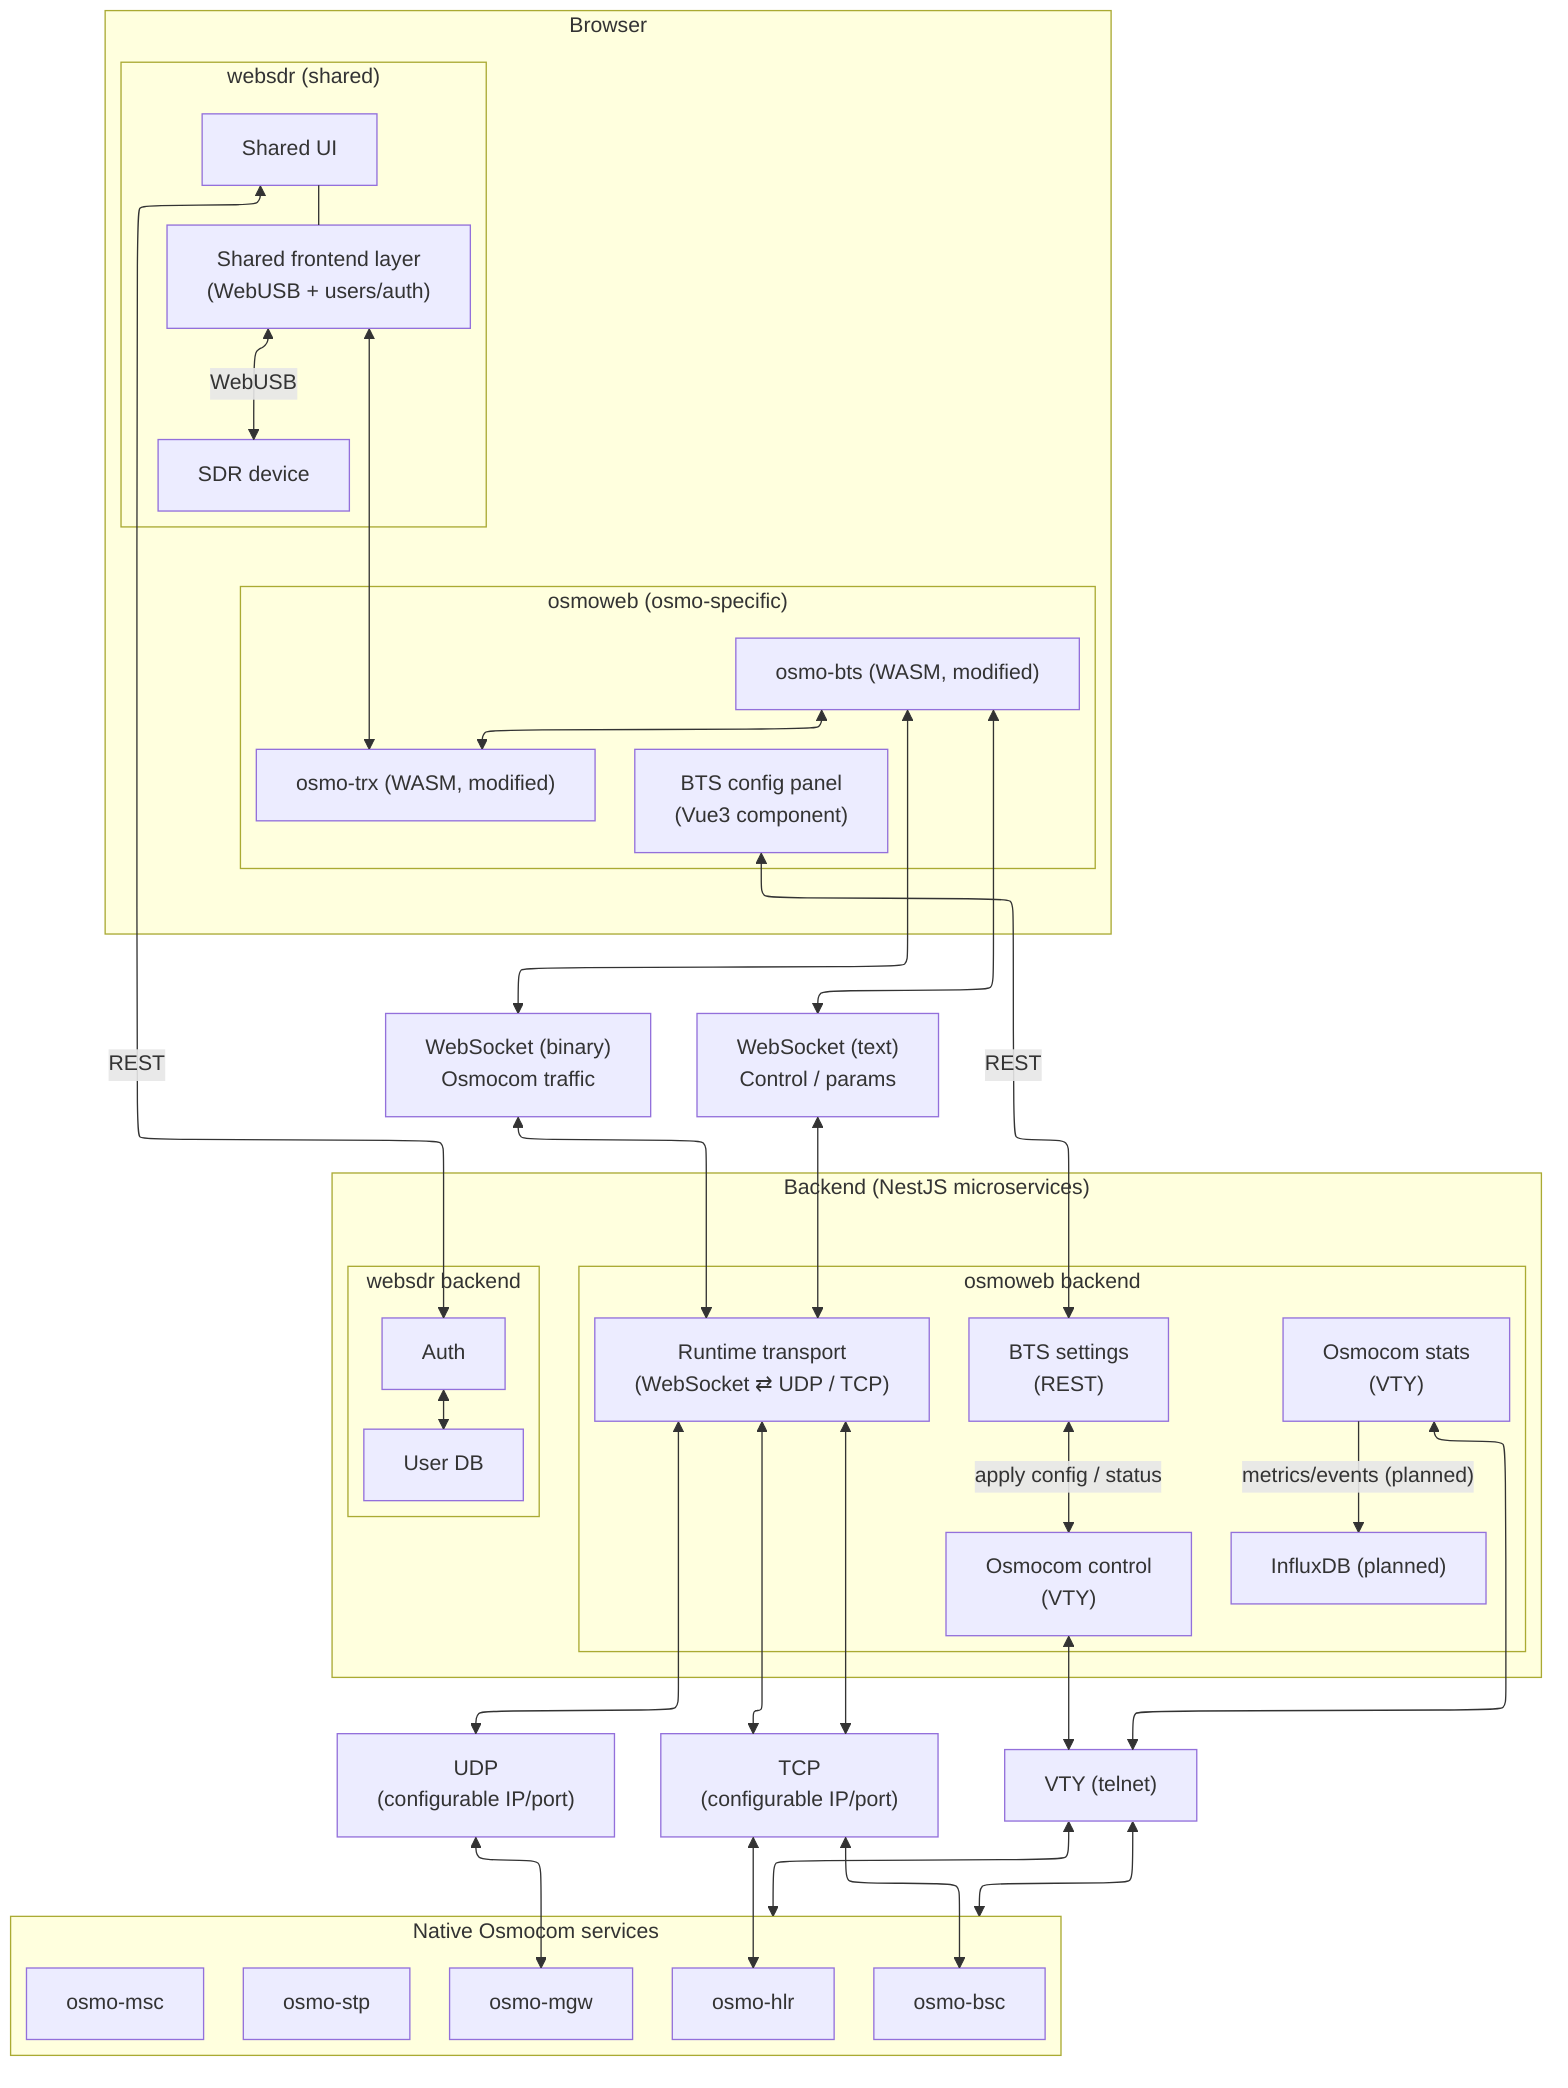
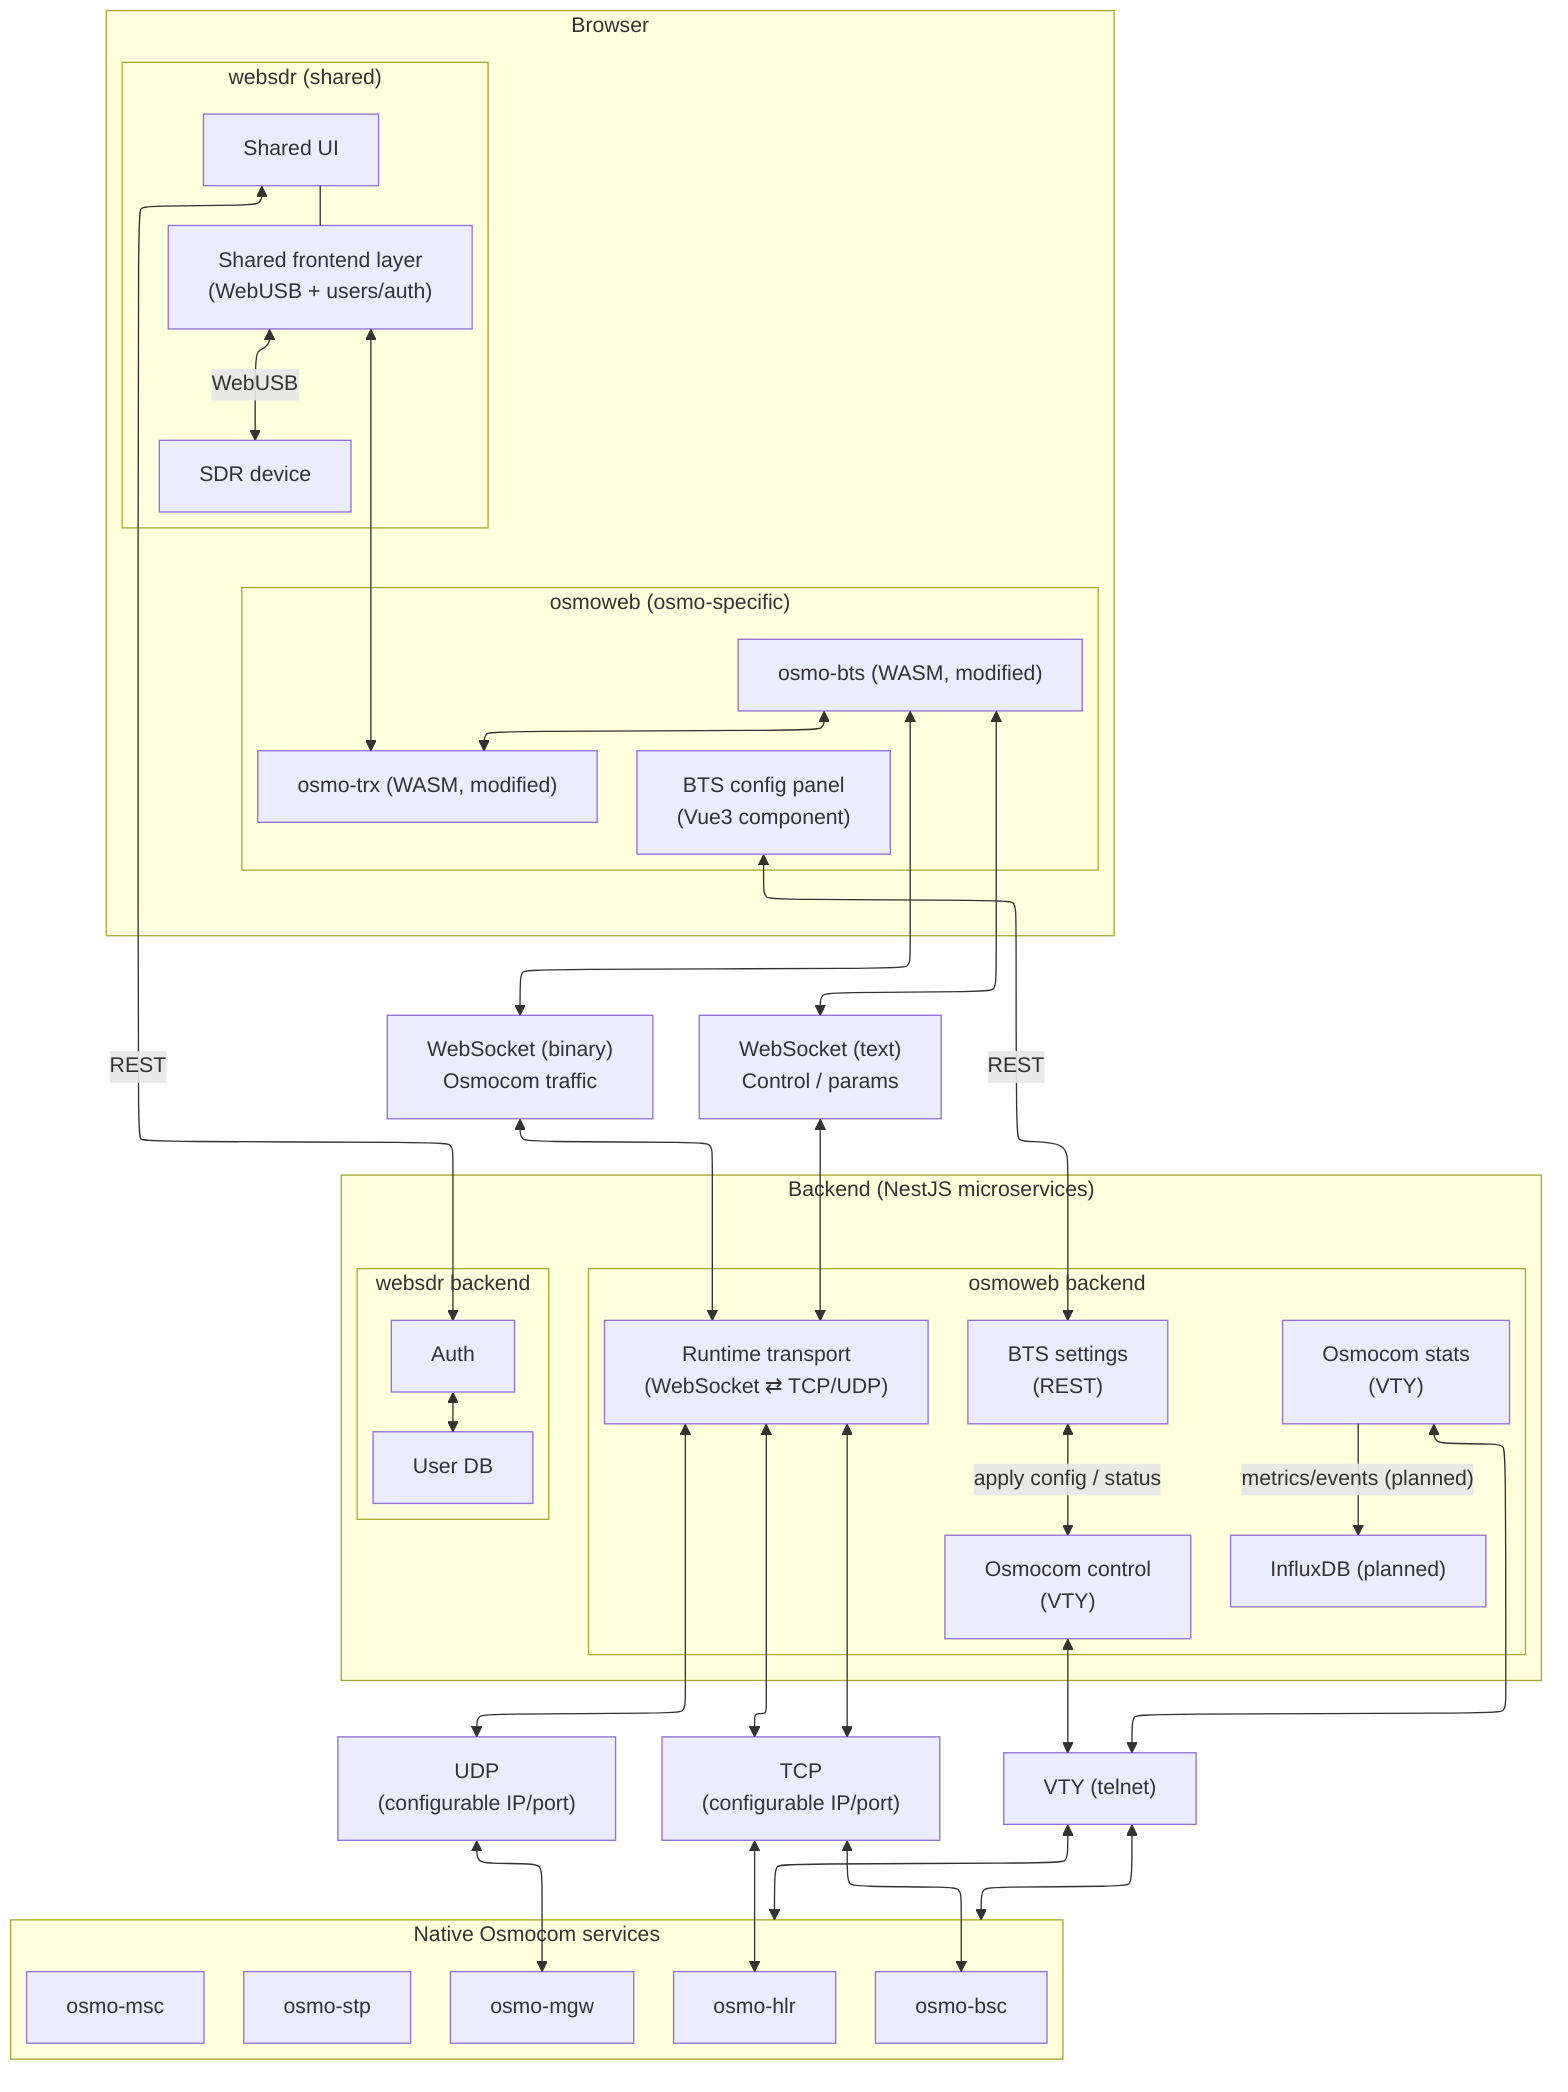
---
config:
  layout: elk
---
flowchart TB
  subgraph Browser["Browser"]
    subgraph WSDR_FE["websdr (shared)"]
      UI["Shared UI"]
      WCORE["Shared frontend layer<br/>(WebUSB + users/auth)"]
      SDR["SDR device"]
      UI --- WCORE
      WCORE <--> |"WebUSB"| SDR
    end

    subgraph OSMOWEB_FE["osmoweb (osmo-specific)"]
      BTS["osmo-bts (WASM, modified)"]
      TRX["osmo-trx (WASM, modified)"]
      BTSUI["BTS config panel<br/>(Vue3 component)"]
      BTS <--> TRX
      WCORE <--> TRX
    end
  end

  subgraph Backend["Backend (NestJS microservices)"]
    subgraph WSDR_BE["websdr backend"]
      UDB["User DB"]
      AUTH["Auth"]
    end

    subgraph OSMOWEB_BE["osmoweb backend"]
      BTSAPI["BTS settings<br/>(REST)"]
-       RTS["Runtime transport<br/>(WebSocket ⇄ UDP / TCP)"]
+       RTS["Runtime transport<br/>(WebSocket ⇄ TCP/UDP)"]
      VTYCTL["Osmocom control<br/>(VTY)"]
      VTYSTAT["Osmocom stats<br/>(VTY)"]
      TSDBS["InfluxDB (planned)"]

      BTSAPI <--> |"apply config / status"| VTYCTL
    end
  end

  subgraph OSMO["Native Osmocom services"]
    STP["osmo-stp"]
    HLR["osmo-hlr"]
    MGW["osmo-mgw"]
    MSC["osmo-msc"]
    BSC["osmo-bsc"]
  end

  WS_BIN["WebSocket (binary)<br/>Osmocom traffic"]
  WS_TXT["WebSocket (text)<br/>Control / params"]
  UDP["UDP<br/>(configurable IP/port)"]
  TCP["TCP<br/>(configurable IP/port)"]
  VTY["VTY (telnet)"]

  BTS <--> WS_BIN <--> RTS
  BTS <--> WS_TXT <--> RTS

  RTS <--> TCP <--> BSC
  RTS <--> TCP <--> HLR
  RTS <--> UDP <--> MGW

  VTYCTL <--> VTY <--> OSMO
  VTYSTAT <--> VTY <--> OSMO

  UI <--> |"REST"| AUTH
  AUTH <--> UDB
  BTSUI <--> |"REST"| BTSAPI

  VTYSTAT --> |"metrics/events (planned)"| TSDBS
